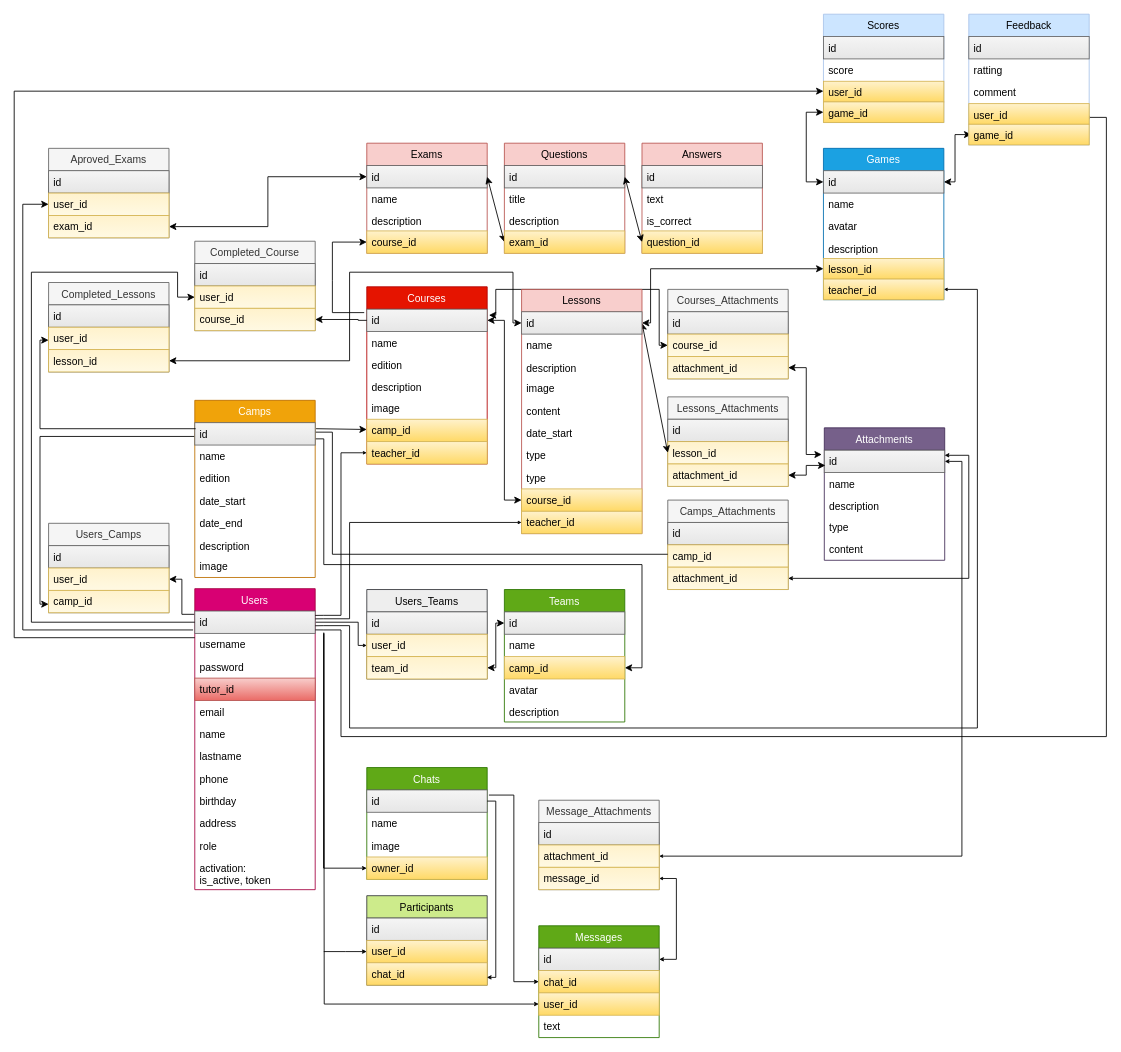
Earlier version of the draw.io diagram bin/bbdd-game-camp.drawio (OneLifeDesigning/wellness-api). Source tidied: cells renumbered, new cells numbered last; positions are measured from the earlier drawing's top-left corner, leaving out a move shared by most shapes. Both pictures are drawn from the tidied source at 86%, with x=0, y=0 at pixel (14, 14).
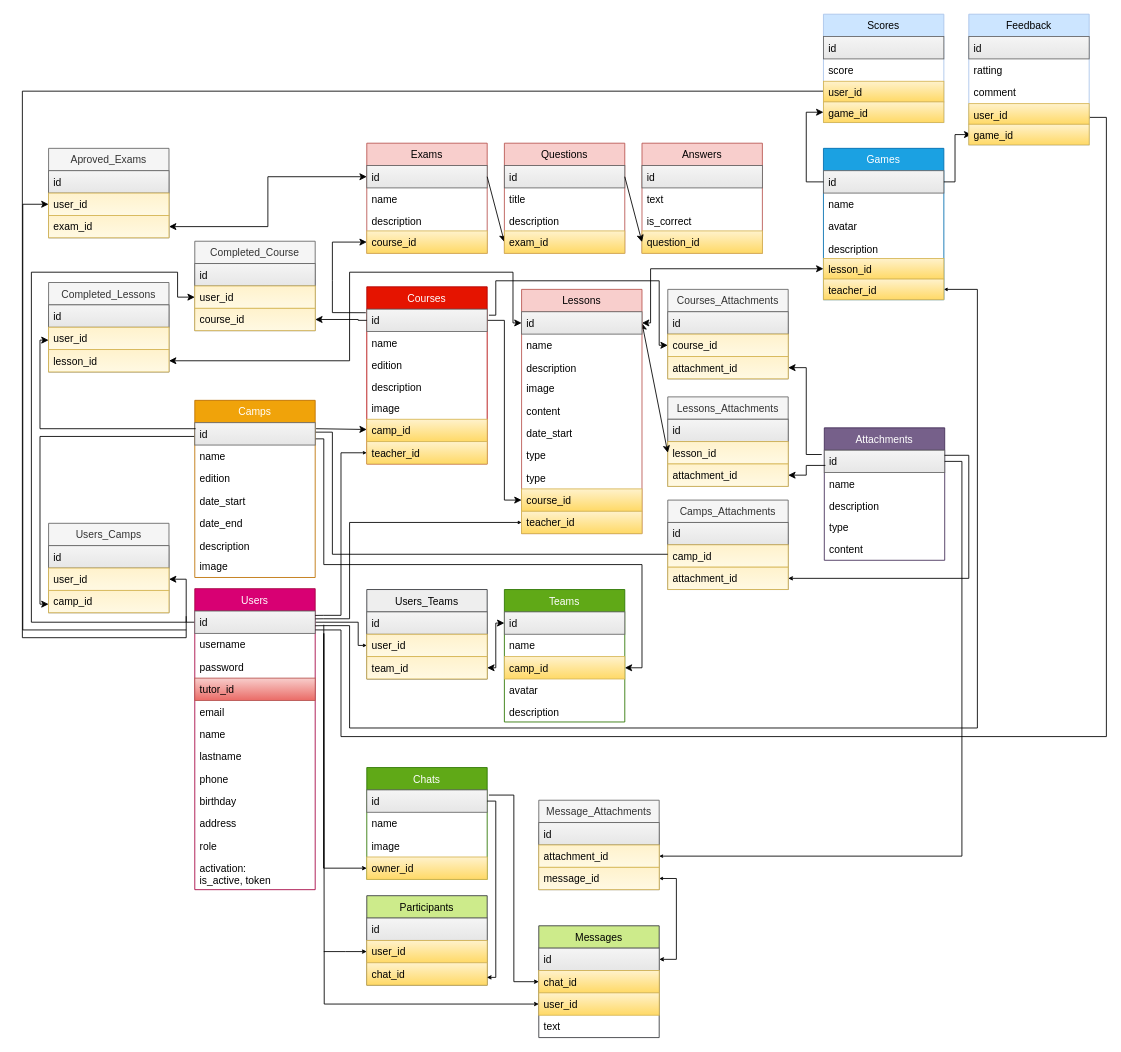
After the change.

Unchanged cells that the change refers to:
```xml
<mxCell id="9" value="id" style="text;align=left;verticalAlign=top;spacingLeft=4;spacingRight=4;overflow=hidden;points=[[0,0.5],[1,0.5]];portConstraint=eastwest;fillColor=#f5f5f5;strokeColor=#666666;gradientColor=#E6E6E6;" parent="8" vertex="1">
  <mxGeometry y="26" width="140" height="26" as="geometry" />
</mxCell>
<mxCell id="23" value="user_id" style="text;strokeColor=#d6b656;fillColor=#fff2cc;align=left;verticalAlign=top;spacingLeft=4;spacingRight=4;overflow=hidden;points=[[0,0.5],[1,0.5]];portConstraint=eastwest;gradientColor=#FFF9E3;" parent="21" vertex="1">
  <mxGeometry y="52" width="140" height="26" as="geometry" />
</mxCell>
<mxCell id="26" value="id" style="text;strokeColor=#666666;fillColor=#f5f5f5;align=left;verticalAlign=top;spacingLeft=4;spacingRight=4;overflow=hidden;points=[[0,0.5],[1,0.5]];portConstraint=eastwest;gradientColor=#E6E6E6;" parent="25" vertex="1">
  <mxGeometry y="26" width="140" height="26" as="geometry" />
</mxCell>
<mxCell id="34" value="id" style="text;strokeColor=#666666;fillColor=#f5f5f5;align=left;verticalAlign=top;spacingLeft=4;spacingRight=4;overflow=hidden;points=[[0,0.5],[1,0.5]];portConstraint=eastwest;gradientColor=#E6E6E6;" parent="33" vertex="1">
  <mxGeometry y="26" width="140" height="26" as="geometry" />
</mxCell>
<mxCell id="37" value="course_id" style="text;strokeColor=#d6b656;fillColor=#fff2cc;align=left;verticalAlign=top;spacingLeft=4;spacingRight=4;overflow=hidden;points=[[0,0.5],[1,0.5]];portConstraint=eastwest;gradientColor=#ffd966;" parent="33" vertex="1">
  <mxGeometry y="102" width="140" height="26" as="geometry" />
</mxCell>
<mxCell id="41" value="id" style="text;strokeColor=#666666;fillColor=#f5f5f5;align=left;verticalAlign=top;spacingLeft=4;spacingRight=4;overflow=hidden;points=[[0,0.5],[1,0.5]];portConstraint=eastwest;gradientColor=#E6E6E6;" parent="40" vertex="1">
  <mxGeometry y="26" width="140" height="26" as="geometry" />
</mxCell>
<mxCell id="44" value="exam_id" style="text;strokeColor=#d6b656;fillColor=#fff2cc;align=left;verticalAlign=top;spacingLeft=4;spacingRight=4;overflow=hidden;points=[[0,0.5],[1,0.5]];portConstraint=eastwest;gradientColor=#ffd966;" parent="40" vertex="1">
  <mxGeometry y="102" width="140" height="26" as="geometry" />
</mxCell>
<mxCell id="49" value="question_id" style="text;strokeColor=#d6b656;fillColor=#fff2cc;align=left;verticalAlign=top;spacingLeft=4;spacingRight=4;overflow=hidden;points=[[0,0.5],[1,0.5]];portConstraint=eastwest;gradientColor=#ffd966;" parent="45" vertex="1">
  <mxGeometry y="102" width="140" height="26" as="geometry" />
</mxCell>
<mxCell id="52" value="id" style="text;strokeColor=#666666;fillColor=#f5f5f5;align=left;verticalAlign=top;spacingLeft=4;spacingRight=4;overflow=hidden;points=[[0,0.5],[1,0.5]];portConstraint=eastwest;gradientColor=#E6E6E6;" parent="51" vertex="1">
  <mxGeometry y="26" width="140" height="26" as="geometry" />
</mxCell>
<mxCell id="59" value="course_id" style="text;strokeColor=#d6b656;fillColor=#fff2cc;align=left;verticalAlign=top;spacingLeft=4;spacingRight=4;overflow=hidden;points=[[0,0.5],[1,0.5]];portConstraint=eastwest;gradientColor=#FFF9E3;" parent="57" vertex="1">
  <mxGeometry y="52" width="140" height="26" as="geometry" />
</mxCell>
<mxCell id="60" value="attachment_id" style="text;strokeColor=#d6b656;fillColor=#fff2cc;align=left;verticalAlign=top;spacingLeft=4;spacingRight=4;overflow=hidden;points=[[0,0.5],[1,0.5]];portConstraint=eastwest;gradientColor=#FFF9E3;" parent="57" vertex="1">
  <mxGeometry y="78" width="140" height="26" as="geometry" />
</mxCell>
<mxCell id="66" value="attachment_id" style="text;strokeColor=#d6b656;fillColor=#fff2cc;align=left;verticalAlign=top;spacingLeft=4;spacingRight=4;overflow=hidden;points=[[0,0.5],[1,0.5]];portConstraint=eastwest;gradientColor=#FFF9E3;" parent="63" vertex="1">
  <mxGeometry y="78" width="140" height="26" as="geometry" />
</mxCell>
<mxCell id="70" value="attachment_id" style="text;strokeColor=#d6b656;fillColor=#fff2cc;align=left;verticalAlign=top;spacingLeft=4;spacingRight=4;overflow=hidden;points=[[0,0.5],[1,0.5]];portConstraint=eastwest;gradientColor=#FFF9E3;" parent="67" vertex="1">
  <mxGeometry y="78" width="140" height="26" as="geometry" />
</mxCell>
<mxCell id="89" value="user_id" style="text;strokeColor=#d6b656;fillColor=#fff2cc;align=left;verticalAlign=top;spacingLeft=4;spacingRight=4;overflow=hidden;points=[[0,0.5],[1,0.5]];portConstraint=eastwest;gradientColor=#FFF9E3;" parent="87" vertex="1">
  <mxGeometry y="52" width="140" height="26" as="geometry" />
</mxCell>
<mxCell id="98" value="user_id" style="text;strokeColor=#d6b656;fillColor=#fff2cc;align=left;verticalAlign=top;spacingLeft=4;spacingRight=4;overflow=hidden;points=[[0,0.5],[1,0.5]];portConstraint=eastwest;gradientColor=#FFF9E3;" parent="96" vertex="1">
  <mxGeometry y="52" width="140" height="26" as="geometry" />
</mxCell>
<mxCell id="104" value="id" style="text;strokeColor=#666666;fillColor=#f5f5f5;align=left;verticalAlign=top;spacingLeft=4;spacingRight=4;overflow=hidden;points=[[0,0.5],[1,0.5]];portConstraint=eastwest;gradientColor=#E6E6E6;" parent="103" vertex="1">
  <mxGeometry y="26" width="140" height="26" as="geometry" />
</mxCell>
<mxCell id="115" value="game_id" style="text;strokeColor=#d6b656;fillColor=#fff2cc;align=left;verticalAlign=top;spacingLeft=4;spacingRight=4;overflow=hidden;points=[[0,0.5],[1,0.5]];portConstraint=eastwest;gradientColor=#ffd966;" parent="111" vertex="1">
  <mxGeometry y="102" width="140" height="24" as="geometry" />
</mxCell>
<mxCell id="145" value="course_id" style="text;strokeColor=#d6b656;fillColor=#fff2cc;align=left;verticalAlign=top;spacingLeft=4;spacingRight=4;overflow=hidden;points=[[0,0.5],[1,0.5]];portConstraint=eastwest;gradientColor=#ffd966;" parent="136" vertex="1">
  <mxGeometry y="232" width="140" height="26" as="geometry" />
</mxCell>
<mxCell id="163" value="user_id" style="text;strokeColor=#d6b656;fillColor=#fff2cc;align=left;verticalAlign=top;spacingLeft=4;spacingRight=4;overflow=hidden;points=[[0,0.5],[1,0.5]];portConstraint=eastwest;gradientColor=#ffd966;" parent="160" vertex="1">
  <mxGeometry y="78" width="140" height="26" as="geometry" />
</mxCell>
<mxCell id="169" value="attachment_id" style="text;strokeColor=#d6b656;fillColor=#fff2cc;align=left;verticalAlign=top;spacingLeft=4;spacingRight=4;overflow=hidden;points=[[0,0.5],[1,0.5]];portConstraint=eastwest;gradientColor=#FFF9E3;" parent="167" vertex="1">
  <mxGeometry y="52" width="140" height="26" as="geometry" />
</mxCell>
```

The edit, as a diff of the source:
```diff
@@
-    <mxCell id="4" style="edgeStyle=elbowEdgeStyle;rounded=0;jettySize=auto;html=1;exitX=1;exitY=0.5;exitDx=0;exitDy=0;entryX=0.002;entryY=0.147;entryDx=0;entryDy=0;endArrow=none;endFill=0;startArrow=classic;startFill=1;entryPerimeter=0;" parent="1" edge="1" source="23" target="9">
+    <mxCell id="4" style="edgeStyle=elbowEdgeStyle;rounded=0;jettySize=auto;html=1;exitX=1;exitY=0.5;exitDx=0;exitDy=0;entryX=0;entryY=0.5;entryDx=0;entryDy=0;endArrow=none;endFill=0;startArrow=classic;startFill=1;" parent="1" edge="1" source="23" target="9">
       <mxGeometry relative="1" as="geometry">
         <Array as="points">
-          <mxPoint x="195" y="700" />
+          <mxPoint x="200" y="707" />
+          <mxPoint x="200" y="680" />
         </Array>
       </mxGeometry>
     </mxCell>
@@
-    <mxCell id="7" style="edgeStyle=elbowEdgeStyle;rounded=0;jettySize=auto;html=1;exitX=0;exitY=0.5;exitDx=0;exitDy=0;startArrow=classic;startFill=1;endArrow=classic;endFill=1;" parent="1" edge="1" source="145">
+    <mxCell id="7" style="edgeStyle=elbowEdgeStyle;rounded=0;jettySize=auto;html=1;exitX=0;exitY=0.5;exitDx=0;exitDy=0;startArrow=classic;startFill=1;endArrow=none;endFill=0;" parent="1" edge="1" source="145">
       <mxGeometry relative="1" as="geometry">
         <mxPoint x="550" y="356" as="targetPoint" />
       </mxGeometry>
     </mxCell>
@@
-    <mxCell id="38" style="edgeStyle=none;rounded=0;jettySize=auto;html=1;exitX=0;exitY=0.5;exitDx=0;exitDy=0;startArrow=classic;startFill=1;endArrow=none;endFill=0;" parent="1" edge="1" source="37">
+    <mxCell id="38" style="edgeStyle=none;rounded=0;jettySize=auto;html=1;exitX=0;exitY=0.5;exitDx=0;exitDy=0;startArrow=classic;startFill=1;endArrow=none;endFill=0;entryX=-0.008;entryY=0.159;entryDx=0;entryDy=0;entryPerimeter=0;" parent="1" edge="1" source="37" target="26">
       <mxGeometry relative="1" as="geometry">
-        <mxPoint x="407" y="347" as="targetPoint" />
         <Array as="points">
           <mxPoint x="370" y="265" />
           <mxPoint x="370" y="310" />
           <mxPoint x="370" y="347" />
         </Array>
       </mxGeometry>
     </mxCell>
-    <mxCell id="39" style="edgeStyle=none;rounded=0;jettySize=auto;html=1;exitX=1;exitY=0.5;exitDx=0;exitDy=0;entryX=0;entryY=0.5;entryDx=0;entryDy=0;startArrow=classic;startFill=1;endArrow=classic;endFill=1;" parent="1" edge="1" source="34" target="44">
+    <mxCell id="39" style="edgeStyle=none;rounded=0;jettySize=auto;html=1;exitX=1;exitY=0.5;exitDx=0;exitDy=0;entryX=0;entryY=0.5;entryDx=0;entryDy=0;startArrow=none;startFill=0;endArrow=classic;endFill=1;" parent="1" edge="1" source="34" target="44">
       <mxGeometry relative="1" as="geometry" />
     </mxCell>
@@
-    <mxCell id="50" style="rounded=0;jettySize=auto;html=1;exitX=0;exitY=0.5;exitDx=0;exitDy=0;entryX=1;entryY=0.5;entryDx=0;entryDy=0;startArrow=classic;startFill=1;" parent="1" edge="1" source="49" target="41">
+    <mxCell id="50" style="rounded=0;jettySize=auto;html=1;exitX=0;exitY=0.5;exitDx=0;exitDy=0;entryX=1;entryY=0.5;entryDx=0;entryDy=0;startArrow=classic;startFill=1;endArrow=none;endFill=0;" parent="1" edge="1" source="49" target="41">
       <mxGeometry relative="1" as="geometry" />
     </mxCell>
@@
-    <mxCell id="61" style="edgeStyle=orthogonalEdgeStyle;rounded=0;jettySize=auto;html=1;entryX=0;entryY=0.5;entryDx=0;entryDy=0;startArrow=classic;startFill=1;" parent="1" edge="1" target="59">
+    <mxCell id="61" style="edgeStyle=orthogonalEdgeStyle;rounded=0;jettySize=auto;html=1;entryX=0;entryY=0.5;entryDx=0;entryDy=0;startArrow=none;startFill=0;" parent="1" edge="1" target="59">
       <mxGeometry relative="1" as="geometry">
         <mxPoint x="552" y="350" as="sourcePoint" />
         <Array as="points">
           <mxPoint x="560" y="350" />
-          <mxPoint x="560" y="320" />
-          <mxPoint x="750" y="320" />
+          <mxPoint x="560" y="310" />
+          <mxPoint x="750" y="310" />
           <mxPoint x="750" y="385" />
         </Array>
       </mxGeometry>
     </mxCell>
-    <mxCell id="62" style="edgeStyle=orthogonalEdgeStyle;rounded=0;jettySize=auto;html=1;exitX=1;exitY=0.5;exitDx=0;exitDy=0;entryX=-0.021;entryY=0.192;entryDx=0;entryDy=0;entryPerimeter=0;startArrow=classic;startFill=1;" parent="1" edge="1" source="60" target="52">
-      <mxGeometry relative="1" as="geometry" />
+    <mxCell id="62" style="edgeStyle=orthogonalEdgeStyle;rounded=0;jettySize=auto;html=1;exitX=1;exitY=0.5;exitDx=0;exitDy=0;startArrow=classic;startFill=1;endArrow=none;endFill=0;" parent="1" edge="1" source="60">
+      <mxGeometry relative="1" as="geometry">
+        <mxPoint x="939" y="512" as="targetPoint" />
+        <Array as="points">
+          <mxPoint x="921" y="411" />
+          <mxPoint x="921" y="512" />
+        </Array>
+      </mxGeometry>
     </mxCell>
@@
-    <mxCell id="72" style="edgeStyle=orthogonalEdgeStyle;rounded=0;jettySize=auto;html=1;exitX=1;exitY=0.5;exitDx=0;exitDy=0;entryX=0.009;entryY=0.68;entryDx=0;entryDy=0;entryPerimeter=0;startArrow=classic;startFill=1;" parent="1" edge="1" source="66" target="52">
+    <mxCell id="72" style="edgeStyle=orthogonalEdgeStyle;rounded=0;jettySize=auto;html=1;exitX=1;exitY=0.5;exitDx=0;exitDy=0;entryX=0.009;entryY=0.68;entryDx=0;entryDy=0;entryPerimeter=0;startArrow=classic;startFill=1;endArrow=none;endFill=0;" parent="1" edge="1" source="66" target="52">
       <mxGeometry relative="1" as="geometry">
         <Array as="points">
           <mxPoint x="921" y="536" />
           <mxPoint x="921" y="525" />
           <mxPoint x="943" y="525" />
         </Array>
       </mxGeometry>
     </mxCell>
@@
-    <mxCell id="82" style="edgeStyle=orthogonalEdgeStyle;rounded=0;jettySize=auto;html=1;exitX=1;exitY=0.5;exitDx=0;exitDy=0;entryX=0.999;entryY=0.228;entryDx=0;entryDy=0;startArrow=classic;startFill=1;entryPerimeter=0;startSize=3;endSize=3;" parent="1" edge="1" source="70" target="52">
+    <mxCell id="82" style="edgeStyle=orthogonalEdgeStyle;rounded=0;jettySize=auto;html=1;exitX=1;exitY=0.5;exitDx=0;exitDy=0;entryX=0.999;entryY=0.228;entryDx=0;entryDy=0;startArrow=classic;startFill=1;entryPerimeter=0;startSize=3;endSize=3;endArrow=none;endFill=0;" parent="1" edge="1" source="70" target="52">
       <mxGeometry relative="1" as="geometry">
         <Array as="points">
           <mxPoint x="1110" y="656" />
           <mxPoint x="1110" y="513" />
         </Array>
       </mxGeometry>
     </mxCell>
@@
     <mxCell id="86" style="edgeStyle=orthogonalEdgeStyle;rounded=0;jettySize=auto;html=1;exitX=0;exitY=0.5;exitDx=0;exitDy=0;startArrow=classic;startFill=1;endArrow=none;endFill=0;" parent="1" edge="1" source="89">
       <mxGeometry relative="1" as="geometry">
-        <mxPoint x="208" y="716" as="targetPoint" />
+        <mxPoint x="200" y="716" as="targetPoint" />
         <Array as="points">
           <mxPoint x="10" y="221" />
           <mxPoint x="10" y="716" />
         </Array>
       </mxGeometry>
     </mxCell>
@@
-    <mxCell id="100" style="edgeStyle=orthogonalEdgeStyle;rounded=0;jettySize=auto;html=1;exitX=0;exitY=0.5;exitDx=0;exitDy=0;entryX=0;entryY=0.5;entryDx=0;entryDy=0;startArrow=classic;startFill=1;endArrow=none;endFill=0;" parent="1" edge="1" source="98" target="9">
+    <mxCell id="100" style="edgeStyle=orthogonalEdgeStyle;rounded=0;jettySize=auto;html=1;exitX=0;exitY=0.5;exitDx=0;exitDy=0;startArrow=classic;startFill=1;endArrow=none;endFill=0;" parent="1" edge="1" source="98">
       <mxGeometry relative="1" as="geometry">
+        <mxPoint x="200" y="707" as="targetPoint" />
         <Array as="points">
           <mxPoint x="190" y="329" />
           <mxPoint x="190" y="300" />
           <mxPoint x="20" y="300" />
           <mxPoint x="20" y="707" />
         </Array>
       </mxGeometry>
     </mxCell>
@@
     <mxCell id="110" style="edgeStyle=orthogonalEdgeStyle;rounded=0;orthogonalLoop=1;jettySize=auto;html=1;exitX=0;exitY=0.75;exitDx=0;exitDy=0;startArrow=classic;startFill=1;endArrow=none;endFill=0;" parent="1" edge="1">
       <mxGeometry relative="1" as="geometry">
-        <mxPoint x="941" y="89.5" as="sourcePoint" />
-        <mxPoint x="210" y="725" as="targetPoint" />
+        <mxPoint x="950.5" y="89.5" as="sourcePoint" />
+        <mxPoint x="200" y="700" as="targetPoint" />
         <Array as="points">
-          <mxPoint y="89" />
-          <mxPoint y="725" />
+          <mxPoint x="9.5" y="89" />
+          <mxPoint x="9.5" y="725" />
         </Array>
       </mxGeometry>
     </mxCell>
@@
-    <mxCell id="116" style="edgeStyle=orthogonalEdgeStyle;rounded=0;jettySize=auto;html=1;exitX=0;exitY=0.5;exitDx=0;exitDy=0;entryX=0;entryY=0.5;entryDx=0;entryDy=0;startArrow=classic;startFill=1;endArrow=classic;endFill=1;" parent="1" edge="1" source="115" target="104">
+    <mxCell id="116" style="edgeStyle=orthogonalEdgeStyle;rounded=0;jettySize=auto;html=1;exitX=0;exitY=0.5;exitDx=0;exitDy=0;entryX=0;entryY=0.5;entryDx=0;entryDy=0;startArrow=classic;startFill=1;endArrow=none;endFill=0;" parent="1" edge="1" source="115" target="104">
       <mxGeometry relative="1" as="geometry" />
     </mxCell>
-    <mxCell id="117" style="edgeStyle=orthogonalEdgeStyle;rounded=0;orthogonalLoop=1;jettySize=auto;html=1;exitX=0;exitY=0.5;exitDx=0;exitDy=0;entryX=1;entryY=0.5;entryDx=0;entryDy=0;startArrow=classic;startFill=1;endArrow=classic;endFill=1;" parent="1" edge="1">
+    <mxCell id="117" style="edgeStyle=orthogonalEdgeStyle;rounded=0;orthogonalLoop=1;jettySize=auto;html=1;exitX=0;exitY=0.5;exitDx=0;exitDy=0;entryX=1;entryY=0.5;entryDx=0;entryDy=0;startArrow=classic;startFill=1;endArrow=none;endFill=0;" parent="1" edge="1">
       <mxGeometry relative="1" as="geometry">
         <mxPoint x="1113" y="140" as="sourcePoint" />
         <mxPoint x="1081" y="195" as="targetPoint" />
         <Array as="points">
           <mxPoint x="1094" y="140" />
           <mxPoint x="1094" y="195" />
         </Array>
       </mxGeometry>
     </mxCell>
@@
-    <mxCell id="159" style="edgeStyle=orthogonalEdgeStyle;rounded=0;jettySize=auto;html=1;startArrow=classic;startFill=1;startSize=2;endArrow=classic;endFill=1;endSize=3;entryX=1;entryY=0.5;entryDx=0;entryDy=0;exitX=1;exitY=0.5;exitDx=0;exitDy=0;" parent="1" edge="1" source="169" target="52">
+    <mxCell id="159" style="edgeStyle=orthogonalEdgeStyle;rounded=0;jettySize=auto;html=1;startArrow=classic;startFill=1;startSize=2;endArrow=none;endFill=0;endSize=3;entryX=1;entryY=0.5;entryDx=0;entryDy=0;exitX=1;exitY=0.5;exitDx=0;exitDy=0;" parent="1" edge="1" source="169" target="52">
       <mxGeometry relative="1" as="geometry">
         <Array as="points">
           <mxPoint x="1102" y="979" />
           <mxPoint x="1102" y="520" />
         </Array>
       </mxGeometry>
     </mxCell>
-    <mxCell id="160" value="Messages" style="swimlane;fontStyle=0;horizontal=1;startSize=26;fillColor=#60a917;strokeColor=#2D7600;fontColor=#ffffff;" parent="1" vertex="1">
+    <mxCell id="160" value="Messages" style="swimlane;fontStyle=0;horizontal=1;startSize=26;fillColor=#cdeb8b;strokeColor=#36393d;" parent="1" vertex="1">
       <mxGeometry x="610" y="1060" width="140" height="130" as="geometry" />
     </mxCell>
@@
     <mxCell id="165" style="edgeStyle=orthogonalEdgeStyle;rounded=0;jettySize=auto;html=1;exitX=0;exitY=0.5;exitDx=0;exitDy=0;startArrow=classic;startFill=1;startSize=3;endArrow=none;endFill=0;endSize=3;" parent="1" edge="1" source="163">
       <mxGeometry relative="1" as="geometry">
-        <mxPoint x="360" y="719" as="targetPoint" />
+        <mxPoint x="360" y="710" as="targetPoint" />
       </mxGeometry>
     </mxCell>
```
